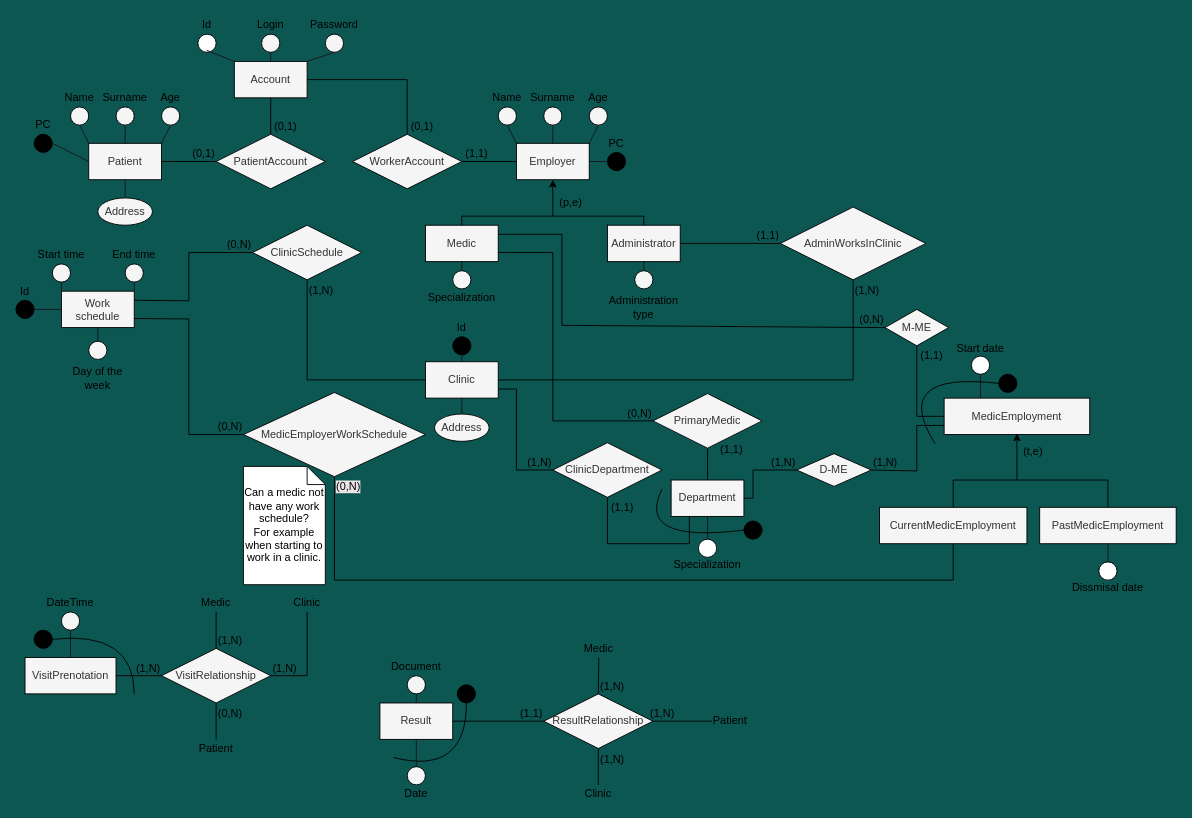
UniFI-Students/DBIS keeps this draw.io diagram as Entity_Relationship_Scheme.drawio. Above is the earlier version. Source tidied: cells renumbered, new cells numbered last; positions are measured from the earlier drawing's top-left corner, leaving out a move shared by most shapes. Both pictures are drawn from the tidied source at 91%, with x=0, y=0 at pixel (15, 15).
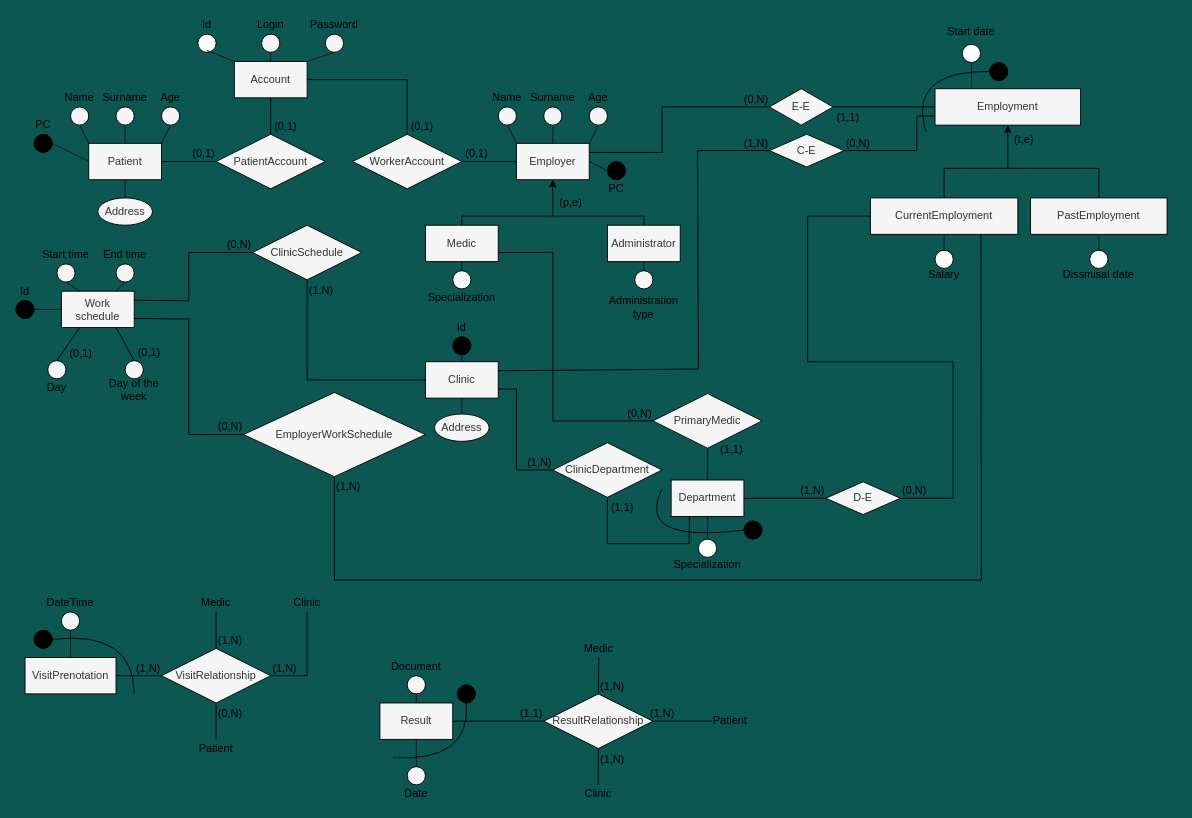
Above is the later version.

The change refers to these unchanged cells:
```xml
<mxCell id="2" value="Clinic" style="whiteSpace=wrap;html=1;align=center;fillColor=#f5f5f5;fontColor=#333333;strokeColor=#000000;" parent="1" vertex="1">
  <mxGeometry x="450" y="380" width="80" height="40" as="geometry" />
</mxCell>
<mxCell id="3" value="Department" style="whiteSpace=wrap;html=1;align=center;fillColor=#f5f5f5;fontColor=#333333;strokeColor=#000000;" parent="1" vertex="1">
  <mxGeometry x="720" y="510" width="80" height="40" as="geometry" />
</mxCell>
<mxCell id="16" value="Employer" style="whiteSpace=wrap;html=1;align=center;fillColor=#f5f5f5;fontColor=#333333;strokeColor=#000000;" parent="1" vertex="1">
  <mxGeometry x="550" y="140" width="80" height="40" as="geometry" />
</mxCell>
<mxCell id="17" value="Medic" style="whiteSpace=wrap;html=1;align=center;fillColor=#f5f5f5;fontColor=#333333;strokeColor=#000000;" parent="1" vertex="1">
  <mxGeometry x="450" y="230" width="80" height="40" as="geometry" />
</mxCell>
<mxCell id="18" value="Administrator" style="whiteSpace=wrap;html=1;align=center;fillColor=#f5f5f5;fontColor=#333333;strokeColor=#000000;" parent="1" vertex="1">
  <mxGeometry x="650" y="230" width="80" height="40" as="geometry" />
</mxCell>
<mxCell id="57" value="Work schedule" style="whiteSpace=wrap;html=1;align=center;fillColor=#f5f5f5;fontColor=#333333;strokeColor=#000000;" parent="1" vertex="1">
  <mxGeometry x="50" y="302.5" width="80" height="40" as="geometry" />
</mxCell>
<mxCell id="85" style="endArrow=none;html=1;rounded=0;strokeColor=#000000;fontColor=#000000;exitX=0;exitY=0.5;exitDx=0;exitDy=0;entryX=1;entryY=0.5;entryDx=0;entryDy=0;" parent="1" edge="1" source="16" target="84">
  <mxGeometry relative="1" as="geometry" />
</mxCell>
<mxCell id="151" style="ellipse;whiteSpace=wrap;html=1;fillColor=#000000;fontColor=#333333;strokeColor=#000000;" parent="1" vertex="1">
  <mxGeometry x="485" y="735" width="20" height="20" as="geometry" />
</mxCell>
```

The edit, as a diff of the source:
```diff
@@
     <mxCell id="25" style="ellipse;whiteSpace=wrap;html=1;fillColor=#000000;fontColor=#333333;strokeColor=#000000;" parent="1" vertex="1">
-      <mxGeometry x="650" y="150" width="20" height="20" as="geometry" />
+      <mxGeometry x="650" y="160" width="20" height="20" as="geometry" />
     </mxCell>
     <mxCell id="26" value="PC" style="text;html=1;align=center;verticalAlign=middle;whiteSpace=wrap;rounded=0;fontColor=#000000;" parent="1" vertex="1">
-      <mxGeometry x="650" y="130" width="20" height="20" as="geometry" />
+      <mxGeometry x="650" y="180" width="20" height="20" as="geometry" />
     </mxCell>
@@
     <mxCell id="58" style="ellipse;whiteSpace=wrap;html=1;fillColor=#f5f5f5;fontColor=#333333;strokeColor=#000000;" parent="1" vertex="1">
-      <mxGeometry x="80" y="357.5" width="20" height="20" as="geometry" />
+      <mxGeometry x="120" y="378.8" width="20" height="20" as="geometry" />
     </mxCell>
     <mxCell id="59" value="Day of the week" style="text;html=1;align=center;verticalAlign=middle;whiteSpace=wrap;rounded=0;fontColor=#000000;" parent="1" vertex="1">
-      <mxGeometry x="50" y="387.5" width="80" height="20" as="geometry" />
+      <mxGeometry x="90" y="401.2" width="80" height="20" as="geometry" />
     </mxCell>
-    <mxCell id="60" style="endArrow=none;html=1;rounded=0;exitX=0.5;exitY=0;exitDx=0;exitDy=0;strokeColor=#18141d;entryX=0.5;entryY=1;entryDx=0;entryDy=0;" parent="1" edge="1" source="58" target="57">
-      <mxGeometry relative="1" as="geometry" />
-    </mxCell>
     <mxCell id="61" style="ellipse;whiteSpace=wrap;html=1;fillColor=#f5f5f5;fontColor=#333333;strokeColor=#000000;" parent="1" vertex="1">
-      <mxGeometry x="40" y="272.5" width="20" height="20" as="geometry" />
+      <mxGeometry x="45" y="272.5" width="20" height="20" as="geometry" />
     </mxCell>
     <mxCell id="62" value="Start time" style="text;html=1;align=center;verticalAlign=middle;whiteSpace=wrap;rounded=0;fontColor=#000000;" parent="1" vertex="1">
-      <mxGeometry x="10" y="252.5" width="80" height="20" as="geometry" />
+      <mxGeometry x="25" y="252.5" width="60" height="20" as="geometry" />
     </mxCell>
-    <mxCell id="63" style="endArrow=none;html=1;rounded=0;exitX=0.5;exitY=1;exitDx=0;exitDy=0;strokeColor=#18141d;entryX=0;entryY=0;entryDx=0;entryDy=0;" parent="1" edge="1" source="61" target="57">
+    <mxCell id="63" style="endArrow=none;html=1;rounded=0;exitX=0.5;exitY=1;exitDx=0;exitDy=0;strokeColor=#18141d;entryX=0.25;entryY=0;entryDx=0;entryDy=0;" parent="1" edge="1" source="61" target="57">
       <mxGeometry relative="1" as="geometry" />
     </mxCell>
     <mxCell id="64" style="ellipse;whiteSpace=wrap;html=1;fillColor=#f5f5f5;fontColor=#333333;strokeColor=#000000;" parent="1" vertex="1">
-      <mxGeometry x="120" y="272.5" width="20" height="20" as="geometry" />
+      <mxGeometry x="110" y="272.5" width="20" height="20" as="geometry" />
     </mxCell>
     <mxCell id="65" value="End time" style="text;html=1;align=center;verticalAlign=middle;whiteSpace=wrap;rounded=0;fontColor=#000000;" parent="1" vertex="1">
-      <mxGeometry x="90" y="252.5" width="80" height="20" as="geometry" />
+      <mxGeometry x="90" y="252.5" width="60" height="20" as="geometry" />
     </mxCell>
-    <mxCell id="66" style="endArrow=none;html=1;rounded=0;exitX=0.5;exitY=1;exitDx=0;exitDy=0;strokeColor=#18141d;entryX=1;entryY=0;entryDx=0;entryDy=0;" parent="1" edge="1" source="64" target="57">
+    <mxCell id="66" style="endArrow=none;html=1;rounded=0;exitX=0.5;exitY=1;exitDx=0;exitDy=0;strokeColor=#18141d;entryX=0.75;entryY=0;entryDx=0;entryDy=0;" parent="1" edge="1" source="64" target="57">
       <mxGeometry relative="1" as="geometry" />
     </mxCell>
@@
-    <mxCell id="86" value="(1,1)" style="html=1;whiteSpace=wrap;align=right;verticalAlign=bottom;fontColor=#000000;" parent="85" vertex="1">
+    <mxCell id="86" value="(0,1)" style="html=1;whiteSpace=wrap;align=right;verticalAlign=bottom;fontColor=#000000;" parent="85" vertex="1">
       <mxGeometry x="1" relative="1" as="geometry">
         <mxPoint x="30" as="offset" />
       </mxGeometry>
     </mxCell>
-    <mxCell id="87" value="MedicEmployerWorkSchedule" style="shape=rhombus;perimeter=rhombusPerimeter;whiteSpace=wrap;html=1;align=center;strokeColor=#000000;fillColor=#f5f5f5;fontColor=#333333;" parent="1" vertex="1">
+    <mxCell id="87" value="EmployerWorkSchedule" style="shape=rhombus;perimeter=rhombusPerimeter;whiteSpace=wrap;html=1;align=center;strokeColor=#000000;fillColor=#f5f5f5;fontColor=#333333;" parent="1" vertex="1">
       <mxGeometry x="250" y="413.8" width="200" height="92.5" as="geometry" />
     </mxCell>
@@
-    <mxCell id="90" value="Can a medic not have any work schedule?&lt;br&gt;For example when starting to work in a clinic." style="shape=note;size=20;whiteSpace=wrap;html=1;" parent="1" vertex="1">
-      <mxGeometry x="250" y="495" width="90" height="130" as="geometry" />
-    </mxCell>
@@
-    <mxCell id="99" value="AdminWorksInClinic" style="shape=rhombus;perimeter=rhombusPerimeter;whiteSpace=wrap;html=1;align=center;strokeColor=#000000;fillColor=#f5f5f5;fontColor=#333333;" parent="1" vertex="1">
-      <mxGeometry x="840" y="210" width="160" height="80" as="geometry" />
-    </mxCell>
-    <mxCell id="100" style="endArrow=none;html=1;rounded=0;strokeColor=#000000;fontColor=#000000;exitX=1;exitY=0.5;exitDx=0;exitDy=0;entryX=0.5;entryY=1;entryDx=0;entryDy=0;" parent="1" edge="1" source="2" target="99">
-      <mxGeometry relative="1" as="geometry">
-        <Array as="points">
-          <mxPoint x="920" y="400" />
-        </Array>
-      </mxGeometry>
-    </mxCell>
-    <mxCell id="101" value="(1,N)" style="html=1;whiteSpace=wrap;align=right;verticalAlign=bottom;fontColor=#000000;" parent="100" vertex="1">
-      <mxGeometry x="1" relative="1" as="geometry">
-        <mxPoint x="30" y="20" as="offset" />
-      </mxGeometry>
-    </mxCell>
@@
-    <mxCell id="107" style="endArrow=none;html=1;rounded=0;strokeColor=#000000;fontColor=#000000;exitX=1;exitY=0.5;exitDx=0;exitDy=0;entryX=0;entryY=0.5;entryDx=0;entryDy=0;" parent="1" edge="1" source="18" target="99">
-      <mxGeometry relative="1" as="geometry" />
-    </mxCell>
-    <mxCell id="108" value="(1,1)" style="html=1;whiteSpace=wrap;align=right;verticalAlign=bottom;fontColor=#000000;" parent="107" vertex="1">
-      <mxGeometry x="1" relative="1" as="geometry" />
-    </mxCell>
@@
-    <mxCell id="113" style="endArrow=none;html=1;rounded=0;strokeColor=#000000;fontColor=#000000;entryX=0.5;entryY=1;entryDx=0;entryDy=0;exitX=0.5;exitY=1;exitDx=0;exitDy=0;" parent="1" edge="1" source="129" target="87">
+    <mxCell id="113" style="endArrow=none;html=1;rounded=0;strokeColor=#000000;fontColor=#000000;entryX=0.5;entryY=1;entryDx=0;entryDy=0;exitX=0.75;exitY=1;exitDx=0;exitDy=0;" parent="1" edge="1" source="129" target="87">
       <mxGeometry relative="1" as="geometry">
         <Array as="points">
-          <mxPoint x="1030" y="620" />
+          <mxPoint x="1061" y="620" />
           <mxPoint x="350" y="620" />
         </Array>
       </mxGeometry>
     </mxCell>
-    <mxCell id="114" value="(0,N)" style="html=1;whiteSpace=wrap;align=right;verticalAlign=bottom;fontColor=#000000;labelBackgroundColor=#EDE5E5;" parent="113" vertex="1">
+    <mxCell id="114" value="(1,N)" style="html=1;whiteSpace=wrap;align=right;verticalAlign=bottom;fontColor=#000000;labelBackgroundColor=none;" parent="113" vertex="1">
       <mxGeometry x="1" relative="1" as="geometry">
         <mxPoint x="30" y="20" as="offset" />
       </mxGeometry>
     </mxCell>
@@
-    <mxCell id="122" value="MedicEmployment" style="whiteSpace=wrap;html=1;align=center;fillColor=#f5f5f5;fontColor=#333333;strokeColor=#000000;" parent="1" vertex="1">
-      <mxGeometry x="1020" y="420" width="160" height="40" as="geometry" />
+    <mxCell id="122" value="Employment" style="whiteSpace=wrap;html=1;align=center;fillColor=#f5f5f5;fontColor=#333333;strokeColor=#000000;" parent="1" vertex="1">
+      <mxGeometry x="1010" y="80" width="160" height="40" as="geometry" />
     </mxCell>
     <mxCell id="123" style="endArrow=none;html=1;rounded=0;strokeColor=#000000;" parent="1" edge="1">
       <mxGeometry relative="1" as="geometry">
-        <mxPoint x="1030" y="510" as="sourcePoint" />
-        <mxPoint x="1200" y="510" as="targetPoint" />
+        <mxPoint x="1020" y="167.5" as="sourcePoint" />
+        <mxPoint x="1190" y="167.5" as="targetPoint" />
       </mxGeometry>
     </mxCell>
-    <mxCell id="124" style="endArrow=classic;html=1;rounded=0;strokeColor=#000000;" parent="1" edge="1">
+    <mxCell id="124" style="endArrow=classic;html=1;rounded=0;strokeColor=#000000;entryX=0.5;entryY=1;entryDx=0;entryDy=0;" parent="1" edge="1" target="122">
       <mxGeometry relative="1" as="geometry">
-        <mxPoint x="1100" y="510" as="sourcePoint" />
-        <mxPoint x="1100" y="458.8" as="targetPoint" />
+        <mxPoint x="1090" y="167.5" as="sourcePoint" />
       </mxGeometry>
     </mxCell>
     <mxCell id="125" value="(t,e)" style="text;html=1;strokeColor=none;fillColor=none;align=center;verticalAlign=middle;whiteSpace=wrap;rounded=0;fontColor=#000000;" parent="1" vertex="1">
-      <mxGeometry x="1107.5" y="473.8" width="20" height="10" as="geometry" />
+      <mxGeometry x="1097.5" y="131.2" width="20" height="10" as="geometry" />
     </mxCell>
     <mxCell id="126" style="endArrow=none;html=1;rounded=0;strokeColor=#000000;exitX=0.5;exitY=0;exitDx=0;exitDy=0;" parent="1" edge="1" source="128">
       <mxGeometry relative="1" as="geometry">
-        <mxPoint x="1200" y="510" as="targetPoint" />
+        <mxPoint x="1190" y="167.5" as="targetPoint" />
       </mxGeometry>
     </mxCell>
     <mxCell id="127" style="endArrow=none;html=1;rounded=0;strokeColor=#000000;exitX=0.5;exitY=0;exitDx=0;exitDy=0;" parent="1" edge="1" source="129">
       <mxGeometry relative="1" as="geometry">
-        <mxPoint x="1030" y="510" as="targetPoint" />
+        <mxPoint x="1020" y="167.5" as="targetPoint" />
       </mxGeometry>
     </mxCell>
-    <mxCell id="128" value="PastMedicEmployment" style="whiteSpace=wrap;html=1;align=center;fillColor=#f5f5f5;fontColor=#333333;strokeColor=#000000;" parent="1" vertex="1">
-      <mxGeometry x="1125" y="540" width="150" height="40" as="geometry" />
+    <mxCell id="128" value="PastEmployment" style="whiteSpace=wrap;html=1;align=center;fillColor=#f5f5f5;fontColor=#333333;strokeColor=#000000;" parent="1" vertex="1">
+      <mxGeometry x="1115" y="200" width="150" height="40" as="geometry" />
     </mxCell>
-    <mxCell id="129" value="CurrentMedicEmployment" style="whiteSpace=wrap;html=1;align=center;fillColor=#f5f5f5;fontColor=#333333;strokeColor=#000000;" parent="1" vertex="1">
-      <mxGeometry x="949" y="540" width="162" height="40" as="geometry" />
+    <mxCell id="129" value="CurrentEmployment" style="whiteSpace=wrap;html=1;align=center;fillColor=#f5f5f5;fontColor=#333333;strokeColor=#000000;" parent="1" vertex="1">
+      <mxGeometry x="939" y="200" width="162" height="40" as="geometry" />
     </mxCell>
     <mxCell id="130" value="Start date" style="text;html=1;align=center;verticalAlign=middle;whiteSpace=wrap;rounded=0;fontColor=#000000;" parent="1" vertex="1">
-      <mxGeometry x="1030" y="358.8" width="60" height="15" as="geometry" />
+      <mxGeometry x="1020" y="10" width="60" height="15" as="geometry" />
     </mxCell>
     <mxCell id="131" style="ellipse;whiteSpace=wrap;html=1;fillColor=#FFFFFF;fontColor=#333333;strokeColor=#000000;" parent="1" vertex="1">
-      <mxGeometry x="1050" y="373.8" width="20" height="20" as="geometry" />
+      <mxGeometry x="1040" y="31.2" width="20" height="20" as="geometry" />
     </mxCell>
@@
     <mxCell id="133" value="Dissmisal date" style="text;html=1;align=center;verticalAlign=middle;whiteSpace=wrap;rounded=0;fontColor=#000000;" parent="1" vertex="1">
-      <mxGeometry x="1155" y="620" width="90" height="15" as="geometry" />
+      <mxGeometry x="1145" y="277.5" width="90" height="15" as="geometry" />
     </mxCell>
     <mxCell id="134" style="ellipse;whiteSpace=wrap;html=1;fillColor=#FFFFFF;fontColor=#333333;strokeColor=#000000;" parent="1" vertex="1">
-      <mxGeometry x="1190" y="600" width="20" height="20" as="geometry" />
+      <mxGeometry x="1180" y="257.5" width="20" height="20" as="geometry" />
     </mxCell>
@@
-    <mxCell id="136" value="M-ME" style="shape=rhombus;perimeter=rhombusPerimeter;whiteSpace=wrap;html=1;align=center;strokeColor=#000000;fillColor=#f5f5f5;fontColor=#333333;" parent="1" vertex="1">
-      <mxGeometry x="955" y="322.5" width="70" height="40" as="geometry" />
+    <mxCell id="136" value="E-E" style="shape=rhombus;perimeter=rhombusPerimeter;whiteSpace=wrap;html=1;align=center;strokeColor=#000000;fillColor=#f5f5f5;fontColor=#333333;" parent="1" vertex="1">
+      <mxGeometry x="828" y="80" width="70" height="40" as="geometry" />
     </mxCell>
-    <mxCell id="137" style="endArrow=none;html=1;rounded=0;strokeColor=#000000;fontColor=#000000;exitX=1;exitY=0.25;exitDx=0;exitDy=0;entryX=0;entryY=0.5;entryDx=0;entryDy=0;" parent="1" edge="1" source="17" target="136">
+    <mxCell id="137" style="endArrow=none;html=1;rounded=0;strokeColor=#000000;fontColor=#000000;exitX=1;exitY=0.25;exitDx=0;exitDy=0;entryX=0;entryY=0.5;entryDx=0;entryDy=0;" parent="1" edge="1" source="16" target="136">
       <mxGeometry relative="1" as="geometry">
         <Array as="points">
-          <mxPoint x="600" y="240" />
-          <mxPoint x="600" y="340" />
+          <mxPoint x="710" y="150" />
+          <mxPoint x="710" y="100" />
+          <mxPoint x="810" y="100" />
         </Array>
       </mxGeometry>
     </mxCell>
@@
-    <mxCell id="139" style="endArrow=none;html=1;rounded=0;strokeColor=#000000;fontColor=#000000;exitX=0;exitY=0.5;exitDx=0;exitDy=0;entryX=0.5;entryY=1;entryDx=0;entryDy=0;" parent="1" edge="1" source="122" target="136">
+    <mxCell id="139" style="endArrow=none;html=1;rounded=0;strokeColor=#000000;fontColor=#000000;exitX=0;exitY=0.5;exitDx=0;exitDy=0;entryX=1;entryY=0.5;entryDx=0;entryDy=0;" parent="1" edge="1" source="122" target="136">
       <mxGeometry relative="1" as="geometry">
         <Array as="points">
-          <mxPoint x="990" y="440" />
+          <mxPoint x="1000" y="100" />
         </Array>
       </mxGeometry>
     </mxCell>
@@
-    <mxCell id="141" value="D-ME" style="shape=rhombus;perimeter=rhombusPerimeter;whiteSpace=wrap;html=1;align=center;strokeColor=#000000;fillColor=#f5f5f5;fontColor=#333333;" parent="1" vertex="1">
-      <mxGeometry x="858" y="481" width="82" height="36" as="geometry" />
+    <mxCell id="141" value="D-E" style="shape=rhombus;perimeter=rhombusPerimeter;whiteSpace=wrap;html=1;align=center;strokeColor=#000000;fillColor=#f5f5f5;fontColor=#333333;" parent="1" vertex="1">
+      <mxGeometry x="890" y="512" width="82" height="36" as="geometry" />
     </mxCell>
     <mxCell id="142" style="endArrow=none;html=1;rounded=0;strokeColor=#000000;fontColor=#000000;exitX=1;exitY=0.5;exitDx=0;exitDy=0;entryX=0;entryY=0.5;entryDx=0;entryDy=0;" parent="1" edge="1" source="3" target="141">
-      <mxGeometry relative="1" as="geometry">
-        <Array as="points">
-          <mxPoint x="810" y="530" />
-          <mxPoint x="810" y="499" />
-        </Array>
-      </mxGeometry>
+      <mxGeometry relative="1" as="geometry" />
     </mxCell>
@@
-    <mxCell id="144" style="endArrow=none;html=1;rounded=0;strokeColor=#000000;fontColor=#000000;exitX=0;exitY=0.75;exitDx=0;exitDy=0;entryX=1;entryY=0.5;entryDx=0;entryDy=0;" parent="1" edge="1" source="122" target="141">
+    <mxCell id="144" style="endArrow=none;html=1;rounded=0;strokeColor=#000000;fontColor=#000000;exitX=0;exitY=0.5;exitDx=0;exitDy=0;entryX=1;entryY=0.5;entryDx=0;entryDy=0;" parent="1" edge="1" source="129" target="141">
       <mxGeometry relative="1" as="geometry">
         <Array as="points">
-          <mxPoint x="990" y="450" />
-          <mxPoint x="990" y="500" />
+          <mxPoint x="870" y="220" />
+          <mxPoint x="870" y="380" />
+          <mxPoint x="1030" y="380" />
+          <mxPoint x="1030" y="530" />
         </Array>
       </mxGeometry>
     </mxCell>
-    <mxCell id="145" value="(1,N)" style="html=1;whiteSpace=wrap;align=right;verticalAlign=bottom;fontColor=#000000;" parent="144" vertex="1">
+    <mxCell id="145" value="(0,N)" style="html=1;whiteSpace=wrap;align=right;verticalAlign=bottom;fontColor=#000000;" parent="144" vertex="1">
       <mxGeometry x="1" relative="1" as="geometry">
         <mxPoint x="30" as="offset" />
       </mxGeometry>
     </mxCell>
     <mxCell id="146" style="ellipse;whiteSpace=wrap;html=1;fillColor=#000000;fontColor=#333333;strokeColor=#000000;" parent="1" vertex="1">
-      <mxGeometry x="1080" y="393.8" width="20" height="20" as="geometry" />
+      <mxGeometry x="1070" y="51.2" width="20" height="20" as="geometry" />
     </mxCell>
     <mxCell id="147" style="curved=1;endArrow=none;html=1;rounded=0;endFill=0;exitX=0;exitY=0.5;exitDx=0;exitDy=0;strokeColor=#000000;" parent="1" edge="1" source="146">
       <mxGeometry relative="1" as="geometry">
-        <mxPoint x="1010" y="470" as="targetPoint" />
+        <mxPoint x="1000" y="127.5" as="targetPoint" />
         <Array as="points">
-          <mxPoint x="960" y="390" />
+          <mxPoint x="980" y="60" />
         </Array>
       </mxGeometry>
     </mxCell>
@@
     <mxCell id="152" style="curved=1;endArrow=none;html=1;rounded=0;endFill=0;exitX=0.5;exitY=1;exitDx=0;exitDy=0;strokeColor=#000000;" parent="1" edge="1" source="151">
       <mxGeometry relative="1" as="geometry">
         <mxPoint x="415" y="815" as="targetPoint" />
         <Array as="points">
-          <mxPoint x="495" y="835" />
+          <mxPoint x="500" y="820" />
         </Array>
       </mxGeometry>
     </mxCell>
@@
+    <mxCell id="180" value="C-E" style="shape=rhombus;perimeter=rhombusPerimeter;whiteSpace=wrap;html=1;align=center;strokeColor=#000000;fillColor=#f5f5f5;fontColor=#333333;" parent="1" vertex="1">
+      <mxGeometry x="828" y="130" width="82" height="36" as="geometry" />
+    </mxCell>
+    <mxCell id="181" style="endArrow=none;html=1;rounded=0;strokeColor=#000000;fontColor=#000000;exitX=1;exitY=0.25;exitDx=0;exitDy=0;entryX=0;entryY=0.5;entryDx=0;entryDy=0;" parent="1" edge="1" source="2" target="180">
+      <mxGeometry relative="1" as="geometry">
+        <Array as="points">
+          <mxPoint x="750" y="388" />
+          <mxPoint x="749" y="148" />
+        </Array>
+      </mxGeometry>
+    </mxCell>
+    <mxCell id="101" value="(1,N)" style="html=1;whiteSpace=wrap;align=right;verticalAlign=bottom;fontColor=#000000;" parent="181" vertex="1">
+      <mxGeometry x="1" relative="1" as="geometry" />
+    </mxCell>
+    <mxCell id="182" style="endArrow=none;html=1;rounded=0;strokeColor=#000000;fontColor=#000000;exitX=0;exitY=0.75;exitDx=0;exitDy=0;entryX=1;entryY=0.5;entryDx=0;entryDy=0;" parent="1" edge="1" source="122" target="180">
+      <mxGeometry relative="1" as="geometry">
+        <Array as="points">
+          <mxPoint x="990" y="110" />
+          <mxPoint x="990" y="148" />
+        </Array>
+      </mxGeometry>
+    </mxCell>
+    <mxCell id="183" value="(0,N)" style="html=1;whiteSpace=wrap;align=right;verticalAlign=bottom;fontColor=#000000;" parent="182" vertex="1">
+      <mxGeometry x="1" relative="1" as="geometry">
+        <mxPoint x="30" as="offset" />
+      </mxGeometry>
+    </mxCell>
+    <mxCell id="184" style="ellipse;whiteSpace=wrap;html=1;fillColor=#f5f5f5;fontColor=#333333;strokeColor=#000000;" parent="1" vertex="1">
+      <mxGeometry x="35" y="378.8" width="20" height="20" as="geometry" />
+    </mxCell>
+    <mxCell id="185" value="Day" style="text;html=1;align=center;verticalAlign=middle;whiteSpace=wrap;rounded=0;fontColor=#000000;" parent="1" vertex="1">
+      <mxGeometry x="30" y="398.8" width="30" height="20" as="geometry" />
+    </mxCell>
+    <mxCell id="186" style="endArrow=none;html=1;rounded=0;strokeColor=#000000;fontColor=#000000;exitX=0.75;exitY=1;exitDx=0;exitDy=0;entryX=0.5;entryY=0;entryDx=0;entryDy=0;" parent="1" edge="1" source="57" target="58">
+      <mxGeometry relative="1" as="geometry" />
+    </mxCell>
+    <mxCell id="187" value="(0,1)" style="html=1;whiteSpace=wrap;align=right;verticalAlign=bottom;fontColor=#000000;" parent="186" vertex="1">
+      <mxGeometry x="1" relative="1" as="geometry">
+        <mxPoint x="30" as="offset" />
+      </mxGeometry>
+    </mxCell>
+    <mxCell id="188" style="endArrow=none;html=1;rounded=0;strokeColor=#000000;fontColor=#000000;exitX=0.25;exitY=1;exitDx=0;exitDy=0;entryX=0.5;entryY=0;entryDx=0;entryDy=0;" parent="1" edge="1" source="57" target="184">
+      <mxGeometry relative="1" as="geometry" />
+    </mxCell>
+    <mxCell id="189" value="(0,1)" style="html=1;whiteSpace=wrap;align=right;verticalAlign=bottom;fontColor=#000000;" parent="188" vertex="1">
+      <mxGeometry x="1" relative="1" as="geometry">
+        <mxPoint x="40" as="offset" />
+      </mxGeometry>
+    </mxCell>
+    <mxCell id="190" style="ellipse;whiteSpace=wrap;html=1;fillColor=#FFFFFF;fontColor=#333333;strokeColor=#000000;" parent="1" vertex="1">
+      <mxGeometry x="1010" y="257.5" width="20" height="20" as="geometry" />
+    </mxCell>
+    <mxCell id="191" value="Salary" style="text;html=1;align=center;verticalAlign=middle;whiteSpace=wrap;rounded=0;fontColor=#000000;" parent="1" vertex="1">
+      <mxGeometry x="1000" y="277.5" width="40" height="15" as="geometry" />
+    </mxCell>
+    <mxCell id="192" style="endArrow=none;html=1;rounded=0;strokeColor=#18141d;entryX=0.5;entryY=0;entryDx=0;entryDy=0;exitX=0.5;exitY=1;exitDx=0;exitDy=0;" parent="1" edge="1" source="129" target="190">
+      <mxGeometry relative="1" as="geometry" />
+    </mxCell>
```
